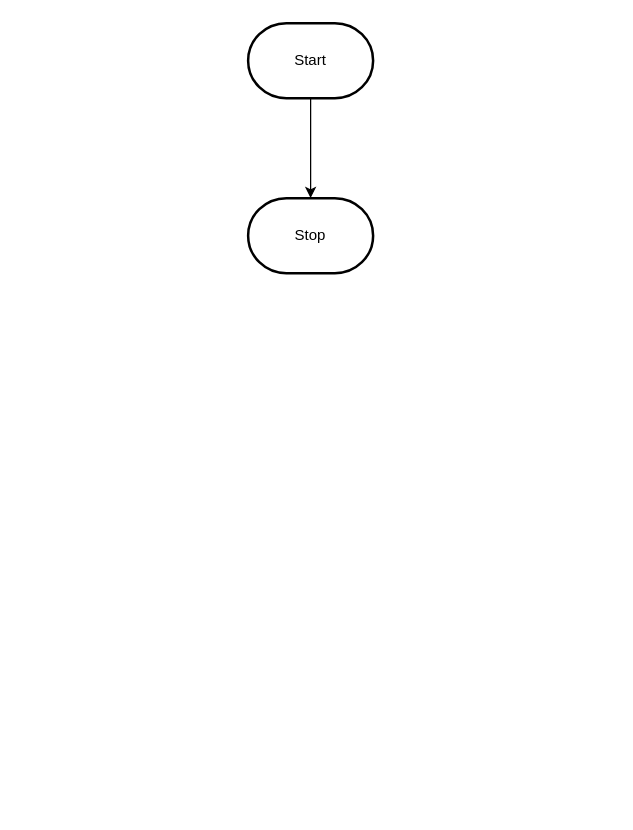
The draw.io diagram design/flowchart.drawio in MTHS-ICS2O-2-2022/ICS2O-Unit-5-08-Olivia-Boyce-Richardson, before the edit. Source tidied: cells renumbered, new cells numbered last; positions are measured from the earlier drawing's top-left corner, leaving out a move shared by most shapes. Both pictures are drawn from the tidied source at 125%, with x=0, y=0 at pixel (248, 22).
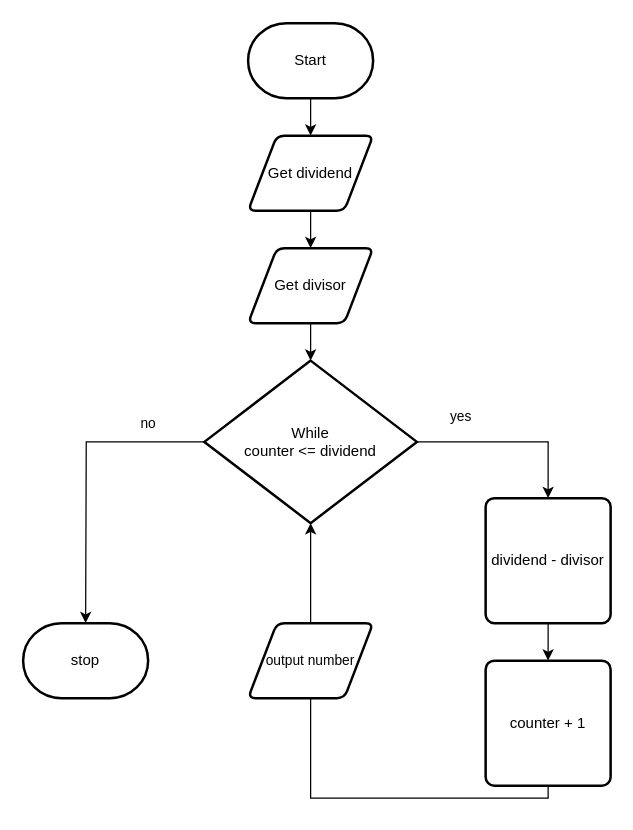
Above is the later version.

Change to the diagram source:
```diff
@@
 <mxGraphModel>
   <root>
     <mxCell id="0" />
     <mxCell id="1" parent="0" />
-    <mxCell id="2" style="edgeStyle=orthogonalEdgeStyle;html=1;rounded=0;" parent="1" edge="1" source="3" target="4">
+    <mxCell id="2" style="edgeStyle=none;html=1;" parent="1" edge="1" source="3" target="6">
       <mxGeometry relative="1" as="geometry" />
     </mxCell>
     <mxCell id="3" value="Start" style="strokeWidth=2;html=1;shape=mxgraph.flowchart.terminator;whiteSpace=wrap;" parent="1" vertex="1">
       <mxGeometry width="100" height="60" as="geometry" />
     </mxCell>
-    <mxCell id="4" value="Stop" style="strokeWidth=2;html=1;shape=mxgraph.flowchart.terminator;whiteSpace=wrap;" parent="1" vertex="1">
-      <mxGeometry y="140" width="100" height="60" as="geometry" />
-    </mxCell>
+    <mxCell id="5" style="edgeStyle=none;html=1;" parent="1" edge="1" source="6" target="8">
+      <mxGeometry relative="1" as="geometry" />
+    </mxCell>
+    <mxCell id="6" value="Get dividend" style="shape=parallelogram;html=1;strokeWidth=2;perimeter=parallelogramPerimeter;whiteSpace=wrap;rounded=1;arcSize=12;size=0.23;" parent="1" vertex="1">
+      <mxGeometry y="90" width="100" height="60" as="geometry" />
+    </mxCell>
+    <mxCell id="7" style="edgeStyle=none;html=1;entryX=0.5;entryY=0;entryDx=0;entryDy=0;entryPerimeter=0;" parent="1" edge="1" source="8" target="11">
+      <mxGeometry relative="1" as="geometry" />
+    </mxCell>
+    <mxCell id="8" value="Get divisor" style="shape=parallelogram;html=1;strokeWidth=2;perimeter=parallelogramPerimeter;whiteSpace=wrap;rounded=1;arcSize=12;size=0.23;" parent="1" vertex="1">
+      <mxGeometry y="180" width="100" height="60" as="geometry" />
+    </mxCell>
+    <mxCell id="9" style="edgeStyle=orthogonalEdgeStyle;html=1;exitX=1;exitY=0.5;exitDx=0;exitDy=0;exitPerimeter=0;entryX=0.5;entryY=0;entryDx=0;entryDy=0;rounded=0;" parent="1" edge="1" source="11" target="13">
+      <mxGeometry relative="1" as="geometry" />
+    </mxCell>
+    <mxCell id="10" style="edgeStyle=orthogonalEdgeStyle;shape=connector;rounded=0;html=1;exitX=0;exitY=0.5;exitDx=0;exitDy=0;exitPerimeter=0;labelBackgroundColor=default;strokeColor=default;fontFamily=Helvetica;fontSize=11;fontColor=default;endArrow=classic;" parent="1" edge="1" source="11">
+      <mxGeometry relative="1" as="geometry">
+        <mxPoint x="-130" y="480" as="targetPoint" />
+      </mxGeometry>
+    </mxCell>
+    <mxCell id="11" value="While&lt;br&gt;counter &amp;lt;= dividend" style="strokeWidth=2;html=1;shape=mxgraph.flowchart.decision;whiteSpace=wrap;" parent="1" vertex="1">
+      <mxGeometry x="-35" y="270" width="170" height="130" as="geometry" />
+    </mxCell>
+    <mxCell id="12" style="edgeStyle=orthogonalEdgeStyle;shape=connector;rounded=0;html=1;exitX=0.5;exitY=1;exitDx=0;exitDy=0;entryX=0.5;entryY=0;entryDx=0;entryDy=0;labelBackgroundColor=default;strokeColor=default;fontFamily=Helvetica;fontSize=11;fontColor=default;endArrow=classic;" parent="1" edge="1" source="13" target="15">
+      <mxGeometry relative="1" as="geometry" />
+    </mxCell>
+    <mxCell id="13" value="dividend - divisor" style="rounded=1;whiteSpace=wrap;html=1;absoluteArcSize=1;arcSize=14;strokeWidth=2;" parent="1" vertex="1">
+      <mxGeometry x="190" y="380" width="100" height="100" as="geometry" />
+    </mxCell>
+    <mxCell id="14" style="edgeStyle=orthogonalEdgeStyle;shape=connector;rounded=0;html=1;exitX=0.5;exitY=1;exitDx=0;exitDy=0;entryX=0.5;entryY=1;entryDx=0;entryDy=0;entryPerimeter=0;labelBackgroundColor=default;strokeColor=default;fontFamily=Helvetica;fontSize=11;fontColor=default;endArrow=classic;" parent="1" edge="1" source="15" target="11">
+      <mxGeometry relative="1" as="geometry" />
+    </mxCell>
+    <mxCell id="15" value="counter + 1" style="rounded=1;whiteSpace=wrap;html=1;absoluteArcSize=1;arcSize=14;strokeWidth=2;" parent="1" vertex="1">
+      <mxGeometry x="190" y="510" width="100" height="100" as="geometry" />
+    </mxCell>
+    <mxCell id="16" value="yes" style="text;html=1;align=center;verticalAlign=middle;strokeColor=none;fillColor=none;fontSize=11;fontFamily=Helvetica;fontColor=default;" parent="1" vertex="1">
+      <mxGeometry x="150" y="300" width="40" height="30" as="geometry" />
+    </mxCell>
+    <mxCell id="17" value="output number" style="shape=parallelogram;html=1;strokeWidth=2;perimeter=parallelogramPerimeter;whiteSpace=wrap;rounded=1;arcSize=12;size=0.23;fontFamily=Helvetica;fontSize=11;fontColor=default;" parent="1" vertex="1">
+      <mxGeometry y="480" width="100" height="60" as="geometry" />
+    </mxCell>
+    <mxCell id="18" value="stop" style="strokeWidth=2;html=1;shape=mxgraph.flowchart.terminator;whiteSpace=wrap;" parent="1" vertex="1">
+      <mxGeometry x="-180" y="480" width="100" height="60" as="geometry" />
+    </mxCell>
+    <mxCell id="19" value="no" style="text;html=1;align=center;verticalAlign=middle;strokeColor=none;fillColor=none;fontSize=11;fontFamily=Helvetica;fontColor=default;" parent="1" vertex="1">
+      <mxGeometry x="-100" y="305" width="40" height="30" as="geometry" />
+    </mxCell>
   </root>
 </mxGraphModel>
```
